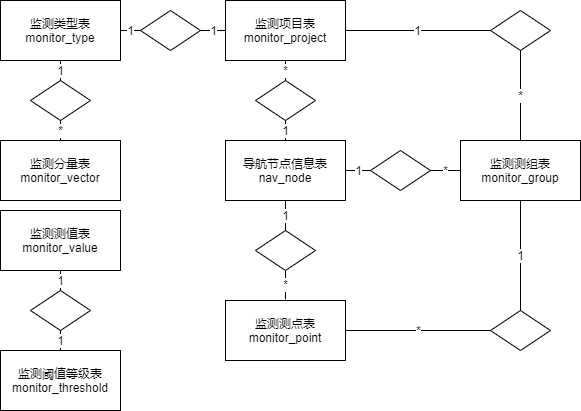
WeiQiXing/myCode keeps this draw.io diagram as imagedir/Untitled Diagram.png. Above is the earlier version. Source tidied: cells renumbered, new cells last; positions are measured from the earlier drawing's top-left corner, leaving out a move shared by most shapes.
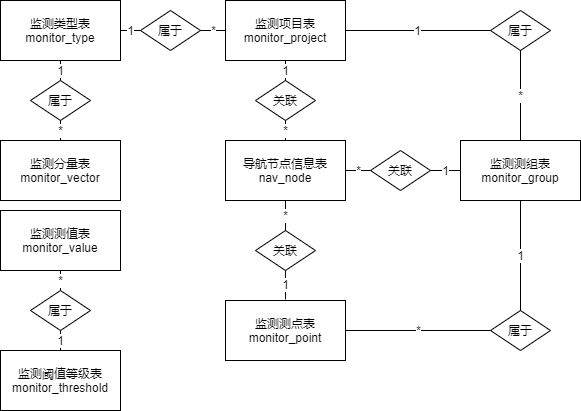
After the commit.

What changed in the source:
```diff
@@ -26,7 +26,7 @@
     <mxCell id="9" value="导航节点信息表&lt;br&gt;nav_node" style="rounded=0;whiteSpace=wrap;html=1;" parent="1" vertex="1">
       <mxGeometry x="225" y="140" width="120" height="60" as="geometry" />
     </mxCell>
-    <mxCell id="10" style="rhombus;whiteSpace=wrap;html=1;" parent="1" vertex="1">
+    <mxCell id="10" value="属于" style="rhombus;whiteSpace=wrap;html=1;" parent="1" vertex="1">
       <mxGeometry x="30" y="80" width="60" height="40" as="geometry" />
     </mxCell>
     <mxCell id="11" value="*" style="endArrow=none;html=1;strokeColor=#000000;exitX=0.5;exitY=0;exitDx=0;exitDy=0;entryX=0.5;entryY=1;entryDx=0;entryDy=0;" parent="1" edge="1" source="2" target="10">
@@ -35,16 +35,16 @@
     <mxCell id="12" value="1" style="endArrow=none;html=1;strokeColor=#000000;entryX=0.5;entryY=1;entryDx=0;entryDy=0;exitX=0.5;exitY=0;exitDx=0;exitDy=0;" parent="1" edge="1" source="10" target="3">
       <mxGeometry relative="1" as="geometry" />
     </mxCell>
-    <mxCell id="13" style="rhombus;whiteSpace=wrap;html=1;" parent="1" vertex="1">
+    <mxCell id="13" value="属于" style="rhombus;whiteSpace=wrap;html=1;" parent="1" vertex="1">
       <mxGeometry x="140" y="10" width="60" height="40" as="geometry" />
     </mxCell>
     <mxCell id="14" value="1" style="endArrow=none;html=1;strokeColor=#000000;entryX=0;entryY=0.5;entryDx=0;entryDy=0;exitX=1;exitY=0.5;exitDx=0;exitDy=0;" parent="1" edge="1" source="3" target="13">
       <mxGeometry relative="1" as="geometry" />
     </mxCell>
-    <mxCell id="15" value="1" style="endArrow=none;html=1;strokeColor=#000000;entryX=0;entryY=0.5;entryDx=0;entryDy=0;exitX=1;exitY=0.5;exitDx=0;exitDy=0;" parent="1" edge="1" source="13" target="4">
+    <mxCell id="15" value="*" style="endArrow=none;html=1;strokeColor=#000000;entryX=0;entryY=0.5;entryDx=0;entryDy=0;exitX=1;exitY=0.5;exitDx=0;exitDy=0;" parent="1" edge="1" source="13" target="4">
       <mxGeometry relative="1" as="geometry" />
     </mxCell>
-    <mxCell id="16" style="rhombus;whiteSpace=wrap;html=1;" parent="1" vertex="1">
+    <mxCell id="16" value="属于" style="rhombus;whiteSpace=wrap;html=1;" parent="1" vertex="1">
       <mxGeometry x="490" y="10" width="60" height="40" as="geometry" />
     </mxCell>
     <mxCell id="17" value="1" style="endArrow=none;html=1;strokeColor=#000000;entryX=1;entryY=0.5;entryDx=0;entryDy=0;exitX=0;exitY=0.5;exitDx=0;exitDy=0;" parent="1" edge="1" source="16" target="4">
@@ -56,48 +56,48 @@
     <mxCell id="19" value="1" style="endArrow=none;html=1;strokeColor=#000000;entryX=0.5;entryY=1;entryDx=0;entryDy=0;" parent="1" edge="1" source="20" target="6">
       <mxGeometry relative="1" as="geometry" />
     </mxCell>
-    <mxCell id="20" style="rhombus;whiteSpace=wrap;html=1;" parent="1" vertex="1">
+    <mxCell id="20" value="属于" style="rhombus;whiteSpace=wrap;html=1;" parent="1" vertex="1">
       <mxGeometry x="490" y="310" width="60" height="40" as="geometry" />
     </mxCell>
     <mxCell id="21" value="*" style="endArrow=none;html=1;strokeColor=#000000;entryX=0;entryY=0.5;entryDx=0;entryDy=0;exitX=1;exitY=0.5;exitDx=0;exitDy=0;" parent="1" edge="1" source="5" target="20">
       <mxGeometry relative="1" as="geometry" />
     </mxCell>
-    <mxCell id="22" style="rhombus;whiteSpace=wrap;html=1;" parent="1" vertex="1">
+    <mxCell id="22" value="属于" style="rhombus;whiteSpace=wrap;html=1;" parent="1" vertex="1">
       <mxGeometry x="30" y="290" width="60" height="40" as="geometry" />
     </mxCell>
-    <mxCell id="23" value="1" style="endArrow=none;html=1;strokeColor=#000000;entryX=0.5;entryY=1;entryDx=0;entryDy=0;exitX=0.5;exitY=0;exitDx=0;exitDy=0;" parent="1" edge="1" source="22" target="8">
+    <mxCell id="23" value="*" style="endArrow=none;html=1;strokeColor=#000000;entryX=0.5;entryY=1;entryDx=0;entryDy=0;exitX=0.5;exitY=0;exitDx=0;exitDy=0;" parent="1" edge="1" source="22" target="8">
       <mxGeometry relative="1" as="geometry" />
     </mxCell>
     <mxCell id="24" value="1" style="endArrow=none;html=1;strokeColor=#000000;entryX=0.5;entryY=0;entryDx=0;entryDy=0;exitX=0.5;exitY=1;exitDx=0;exitDy=0;" parent="1" edge="1" source="22" target="7">
       <mxGeometry relative="1" as="geometry" />
     </mxCell>
-    <mxCell id="25" style="rhombus;whiteSpace=wrap;html=1;" parent="1" vertex="1">
+    <mxCell id="25" value="关联" style="rhombus;whiteSpace=wrap;html=1;" parent="1" vertex="1">
       <mxGeometry x="255" y="80" width="60" height="40" as="geometry" />
     </mxCell>
-    <mxCell id="26" style="rhombus;whiteSpace=wrap;html=1;" parent="1" vertex="1">
+    <mxCell id="26" value="关联" style="rhombus;whiteSpace=wrap;html=1;" parent="1" vertex="1">
       <mxGeometry x="255" y="230" width="60" height="40" as="geometry" />
     </mxCell>
-    <mxCell id="27" style="rhombus;whiteSpace=wrap;html=1;" parent="1" vertex="1">
+    <mxCell id="27" value="关联" style="rhombus;whiteSpace=wrap;html=1;" parent="1" vertex="1">
       <mxGeometry x="370" y="150" width="60" height="40" as="geometry" />
     </mxCell>
-    <mxCell id="28" value="*" style="endArrow=none;html=1;strokeColor=#000000;entryX=0.5;entryY=1;entryDx=0;entryDy=0;exitX=0.5;exitY=0;exitDx=0;exitDy=0;" parent="1" edge="1" source="25" target="4">
+    <mxCell id="28" value="1" style="endArrow=none;html=1;strokeColor=#000000;entryX=0.5;entryY=1;entryDx=0;entryDy=0;exitX=0.5;exitY=0;exitDx=0;exitDy=0;" parent="1" edge="1" source="25" target="4">
       <mxGeometry relative="1" as="geometry" />
     </mxCell>
-    <mxCell id="29" value="1" style="endArrow=none;html=1;strokeColor=#000000;entryX=0.5;entryY=1;entryDx=0;entryDy=0;exitX=0.5;exitY=0;exitDx=0;exitDy=0;" parent="1" edge="1" source="9" target="25">
+    <mxCell id="29" value="*" style="endArrow=none;html=1;strokeColor=#000000;entryX=0.5;entryY=1;entryDx=0;entryDy=0;exitX=0.5;exitY=0;exitDx=0;exitDy=0;" parent="1" edge="1" source="9" target="25">
       <mxGeometry relative="1" as="geometry" />
     </mxCell>
-    <mxCell id="30" value="1" style="endArrow=none;html=1;strokeColor=#000000;entryX=0.5;entryY=0;entryDx=0;entryDy=0;exitX=0.5;exitY=1;exitDx=0;exitDy=0;" parent="1" edge="1" source="9" target="26">
+    <mxCell id="30" value="*" style="endArrow=none;html=1;strokeColor=#000000;entryX=0.5;entryY=0;entryDx=0;entryDy=0;exitX=0.5;exitY=1;exitDx=0;exitDy=0;" parent="1" edge="1" source="9" target="26">
       <mxGeometry relative="1" as="geometry" />
     </mxCell>
-    <mxCell id="31" value="*" style="endArrow=none;html=1;strokeColor=#000000;entryX=0.5;entryY=1;entryDx=0;entryDy=0;" parent="1" edge="1" target="26">
+    <mxCell id="31" value="1" style="endArrow=none;html=1;strokeColor=#000000;entryX=0.5;entryY=1;entryDx=0;entryDy=0;" parent="1" edge="1" target="26">
       <mxGeometry relative="1" as="geometry">
         <mxPoint x="285" y="299" as="sourcePoint" />
       </mxGeometry>
     </mxCell>
-    <mxCell id="32" value="*" style="endArrow=none;html=1;strokeColor=#000000;entryX=0;entryY=0.5;entryDx=0;entryDy=0;exitX=1;exitY=0.5;exitDx=0;exitDy=0;" parent="1" edge="1" source="27" target="6">
+    <mxCell id="32" value="1" style="endArrow=none;html=1;strokeColor=#000000;entryX=0;entryY=0.5;entryDx=0;entryDy=0;exitX=1;exitY=0.5;exitDx=0;exitDy=0;" parent="1" edge="1" source="27" target="6">
       <mxGeometry relative="1" as="geometry" />
     </mxCell>
-    <mxCell id="33" value="1" style="endArrow=none;html=1;strokeColor=#000000;entryX=0;entryY=0.5;entryDx=0;entryDy=0;exitX=1;exitY=0.5;exitDx=0;exitDy=0;" parent="1" edge="1" source="9" target="27">
+    <mxCell id="33" value="*" style="endArrow=none;html=1;strokeColor=#000000;entryX=0;entryY=0.5;entryDx=0;entryDy=0;exitX=1;exitY=0.5;exitDx=0;exitDy=0;" parent="1" edge="1" source="9" target="27">
       <mxGeometry relative="1" as="geometry" />
     </mxCell>
   </root>
```
